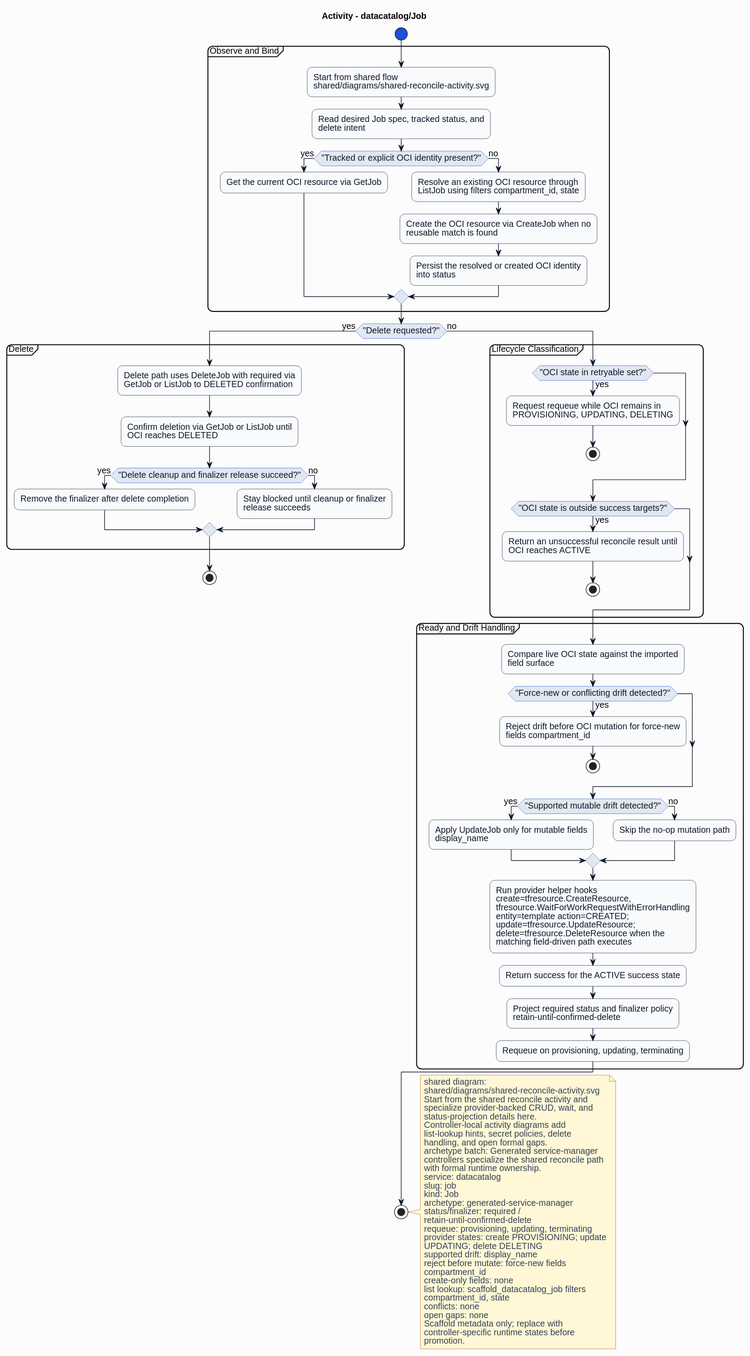
The PlantUML diagram formal/controllers/datacatalog/job/diagrams/activity.svg in HaoyL666/oci-service-operator, before a commit.
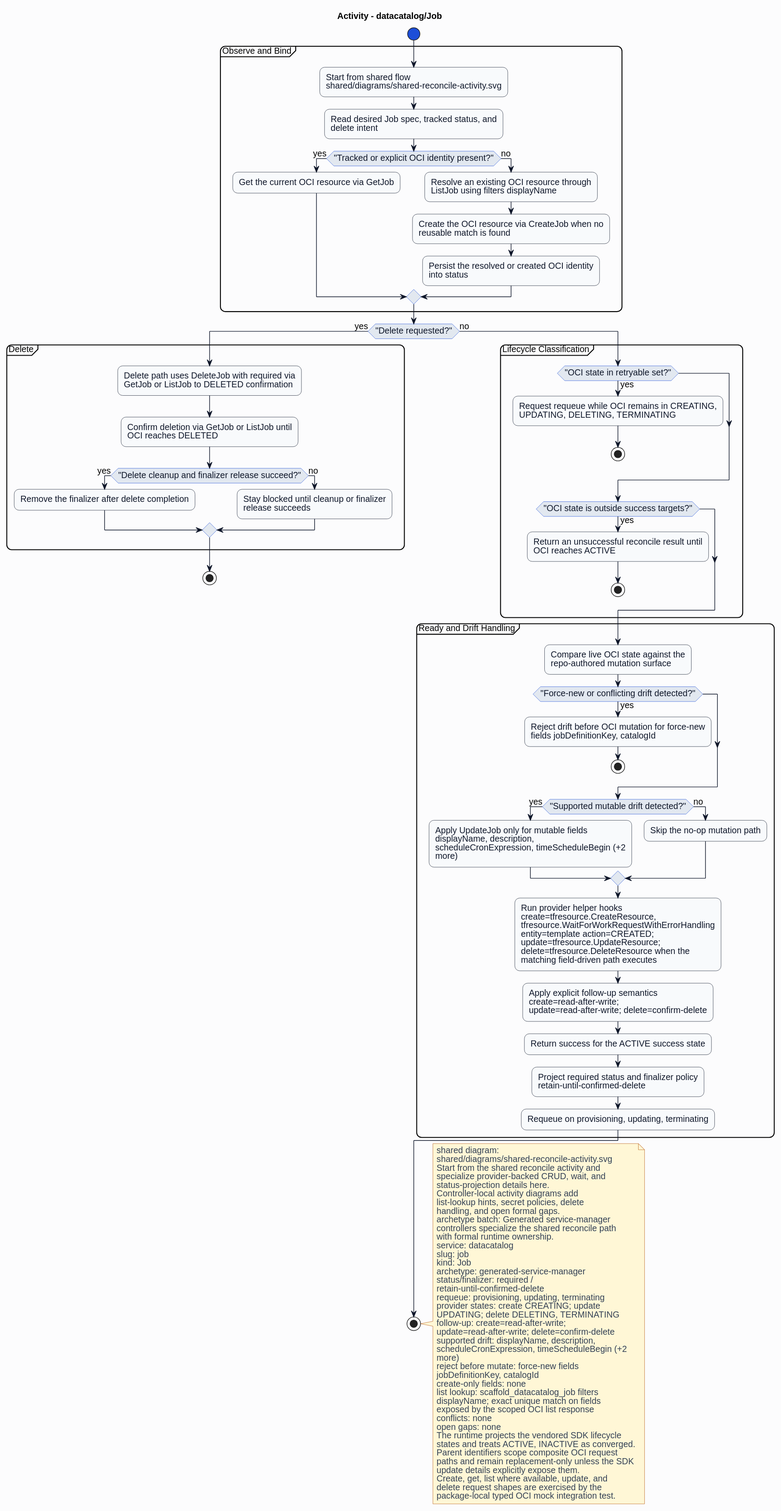
After the commit.

Change to the diagram source:
```diff
@@ -27,7 +27,7 @@
 if ("Tracked or explicit OCI identity present?") then (yes)
 :Get the current OCI resource via GetJob;
 else (no)
-:Resolve an existing OCI resource through\nListJob using filters compartment_id, state;
+:Resolve an existing OCI resource through\nListJob using filters displayName;
 :Create the OCI resource via CreateJob when no\nreusable match is found;
 :Persist the resolved or created OCI identity\ninto status;
 endif
@@ -46,7 +46,7 @@
 else (no)
 partition "Lifecycle Classification" {
 if ("OCI state in retryable set?") then (yes)
-:Request requeue while OCI remains in\nPROVISIONING, UPDATING, DELETING;
+:Request requeue while OCI remains in CREATING,\nUPDATING, DELETING, TERMINATING;
 stop
 endif
 if ("OCI state is outside success targets?") then (yes)
@@ -55,17 +55,18 @@
 endif
 }
 partition "Ready and Drift Handling" {
-:Compare live OCI state against the imported\nfield surface;
+:Compare live OCI state against the\nrepo-authored mutation surface;
 if ("Force-new or conflicting drift detected?") then (yes)
-:Reject drift before OCI mutation for force-new\nfields compartment_id;
+:Reject drift before OCI mutation for force-new\nfields jobDefinitionKey, catalogId;
 stop
 endif
 if ("Supported mutable drift detected?") then (yes)
-:Apply UpdateJob only for mutable fields\ndisplay_name;
+:Apply UpdateJob only for mutable fields\ndisplayName, description,\nscheduleCronExpression, timeScheduleBegin (+2\nmore);
 else (no)
 :Skip the no-op mutation path;
 endif
 :Run provider helper hooks\ncreate=tfresource.CreateResource,\ntfresource.WaitForWorkRequestWithErrorHandling\nentity=template action=CREATED;\nupdate=tfresource.UpdateResource;\ndelete=tfresource.DeleteResource when the\nmatching field-driven path executes;
+:Apply explicit follow-up semantics\ncreate=read-after-write;\nupdate=read-after-write; delete=confirm-delete;
 :Return success for the ACTIVE success state;
 :Project required status and finalizer policy\nretain-until-confirmed-delete;
 :Requeue on provisioning, updating, terminating;
@@ -91,18 +92,28 @@
 status/finalizer: required /
 retain-until-confirmed-delete
 requeue: provisioning, updating, terminating
-provider states: create PROVISIONING; update
-UPDATING; delete DELETING
-supported drift: display_name
+provider states: create CREATING; update
+UPDATING; delete DELETING, TERMINATING
+follow-up: create=read-after-write;
+update=read-after-write; delete=confirm-delete
+supported drift: displayName, description,
+scheduleCronExpression, timeScheduleBegin (+2
+more)
 reject before mutate: force-new fields
-compartment_id
+jobDefinitionKey, catalogId
 create-only fields: none
 list lookup: scaffold_datacatalog_job filters
-compartment_id, state
+displayName; exact unique match on fields
+exposed by the scoped OCI list response
 conflicts: none
 open gaps: none
-Scaffold metadata only; replace with
-controller-specific runtime states before
-promotion.
+The runtime projects the vendored SDK lifecycle
+states and treats ACTIVE, INACTIVE as converged.
+Parent identifiers scope composite OCI request
+paths and remain replacement-only unless the SDK
+update details explicitly expose them.
+Create, get, list where available, update, and
+delete request shapes are exercised by the
+package-local typed OCI mock integration test.
 end note
 @enduml
```
